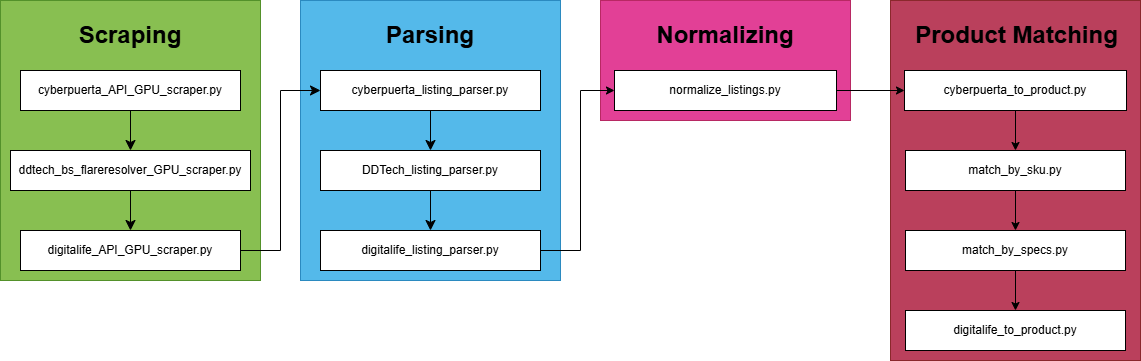
This is assets/tracker_file_flowchart.drawio.png from djg02/GPUTrackerMX, a draw.io export, as it was before one commit. Source tidied: cells renumbered, new cells last; positions are measured from the earlier drawing's top-left corner, leaving out a move shared by most shapes.
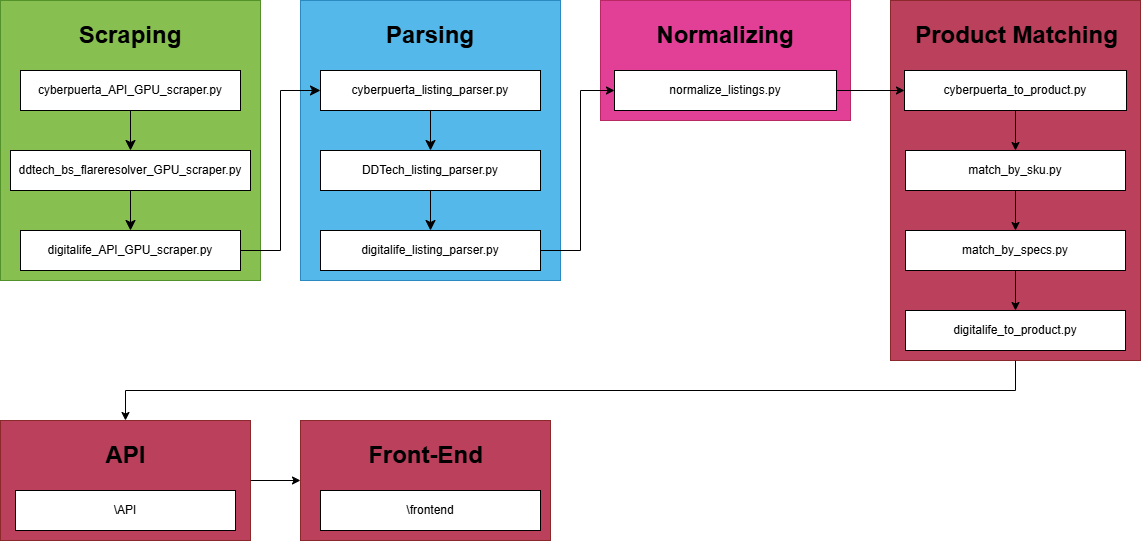
Above is the later version.

Diff of the diagram source:
```diff
@@ -2,6 +2,9 @@
   <root>
     <mxCell id="0" />
     <mxCell id="1" parent="0" />
+    <mxCell id="31" style="edgeStyle=orthogonalEdgeStyle;rounded=0;jettySize=auto;html=1;exitX=0.5;exitY=1;exitDx=0;exitDy=0;entryX=0.5;entryY=0;entryDx=0;entryDy=0;strokeColor=light-dark(#000000,#FFFFFF);" parent="1" edge="1" source="2" target="33">
+      <mxGeometry relative="1" as="geometry" />
+    </mxCell>
     <mxCell id="2" style="rounded=0;whiteSpace=wrap;html=1;fillColor=light-dark(#A20025,#999999);fontColor=#ffffff;strokeColor=#6F0000;opacity=75;" parent="1" vertex="1">
       <mxGeometry x="890" width="250" height="360" as="geometry" />
     </mxCell>
@@ -94,5 +97,29 @@
     <mxCell id="30" value="digitalife_to_product.py" style="rounded=0;whiteSpace=wrap;html=1;" parent="1" vertex="1">
       <mxGeometry x="905" y="310" width="220" height="40" as="geometry" />
     </mxCell>
+    <mxCell id="32" style="edgeStyle=orthogonalEdgeStyle;rounded=0;jettySize=auto;html=1;exitX=1;exitY=0.5;exitDx=0;exitDy=0;entryX=0;entryY=0.5;entryDx=0;entryDy=0;fillColor=light-dark(#A20025,#FFFFFF);" parent="1" edge="1" source="33" target="37">
+      <mxGeometry relative="1" as="geometry" />
+    </mxCell>
+    <mxCell id="33" style="rounded=0;whiteSpace=wrap;html=1;fillColor=light-dark(#A20025,#FF99FF);fontColor=#ffffff;strokeColor=#6F0000;opacity=75;" parent="1" vertex="1">
+      <mxGeometry y="420" width="250" height="120" as="geometry" />
+    </mxCell>
+    <mxCell id="34" value="&lt;h1&gt;&lt;font style=&quot;color: light-dark(rgb(0, 0, 0), rgb(0, 0, 0));&quot;&gt;API&lt;/font&gt;&lt;/h1&gt;" style="text;html=1;whiteSpace=wrap;align=center;verticalAlign=middle;rounded=0;" parent="1" vertex="1">
+      <mxGeometry x="12.5" y="440" width="225" height="30" as="geometry" />
+    </mxCell>
+    <mxCell id="35" value="\API" style="rounded=0;whiteSpace=wrap;html=1;" parent="1" vertex="1">
+      <mxGeometry x="15" y="490" width="220" height="40" as="geometry" />
+    </mxCell>
+    <mxCell id="36" style="edgeStyle=orthogonalEdgeStyle;rounded=0;orthogonalLoop=1;jettySize=auto;html=1;exitX=0.5;exitY=1;exitDx=0;exitDy=0;" parent="1" edge="1" source="33" target="33">
+      <mxGeometry relative="1" as="geometry" />
+    </mxCell>
+    <mxCell id="37" style="rounded=0;whiteSpace=wrap;html=1;fillColor=light-dark(#A20025,#CC0066);fontColor=#ffffff;strokeColor=#6F0000;opacity=75;" parent="1" vertex="1">
+      <mxGeometry x="300" y="420" width="250" height="120" as="geometry" />
+    </mxCell>
+    <mxCell id="38" value="&lt;h1&gt;&lt;font style=&quot;color: light-dark(rgb(0, 0, 0), rgb(0, 0, 0));&quot;&gt;Front-End&lt;/font&gt;&lt;/h1&gt;" style="text;html=1;whiteSpace=wrap;align=center;verticalAlign=middle;rounded=0;" parent="1" vertex="1">
+      <mxGeometry x="312.5" y="440" width="225" height="30" as="geometry" />
+    </mxCell>
+    <mxCell id="39" value="\frontend" style="rounded=0;whiteSpace=wrap;html=1;" parent="1" vertex="1">
+      <mxGeometry x="320" y="490" width="220" height="40" as="geometry" />
+    </mxCell>
   </root>
 </mxGraphModel>
```
